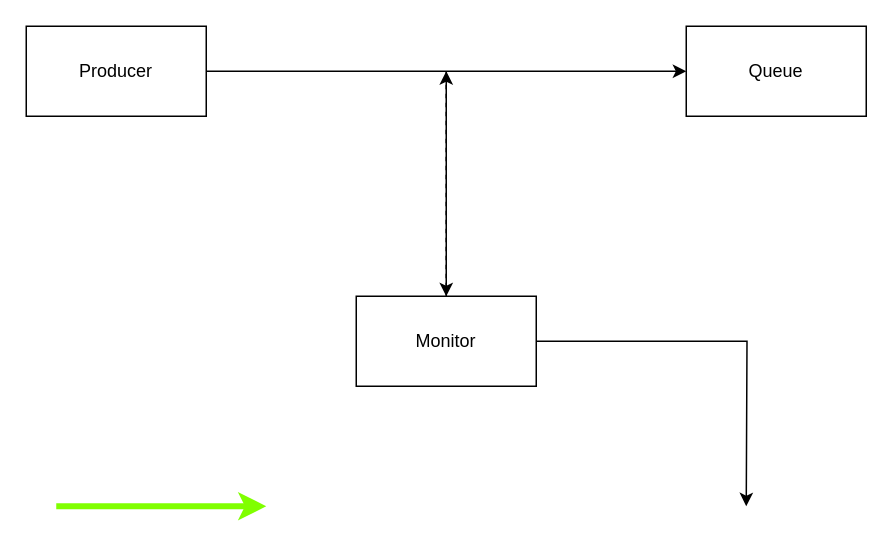
Earlier version of the draw.io diagram page "Edges on edges" (5 of 5) of apps/live/lib/drawio/__fixtures__/routes.drawio (livediagram-app/livediagram.app). Source tidied: cells renumbered, new cells numbered last; positions are measured from the earlier drawing's top-left corner, leaving out a move shared by most shapes. Both pictures are drawn from the tidied source at 150%, with x=0, y=0 at pixel (26, 26).
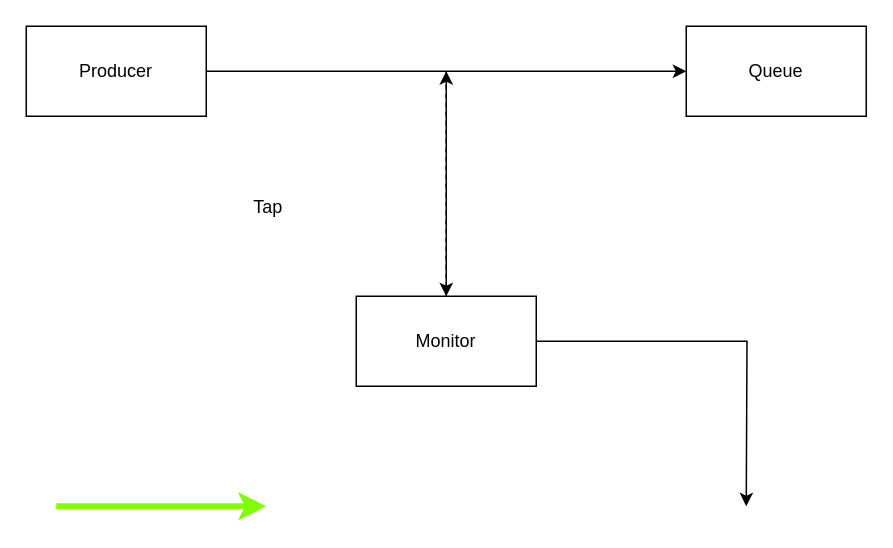
The same page after the edit.

Commit message (it also covers changes not shown here):
e2e: draw.io routes survive the import

routes.drawio through the Import dialog: imported arrows keep shared ends exact, draw over what they cross, curve as draw.io does, attach to other arrows and keep loose ends; text sized to itself comes in sized. The fixture gains such a text cell.

What changed in the source:
```diff
@@
 <mxGraphModel>
   <root>
     <mxCell id="0" />
     <mxCell id="1" parent="0" />
     <mxCell id="2" value="Producer" style="rounded=0;whiteSpace=wrap;html=1;" parent="1" vertex="1">
       <mxGeometry width="120" height="60" as="geometry" />
     </mxCell>
     <mxCell id="3" value="Queue" style="rounded=0;whiteSpace=wrap;html=1;" parent="1" vertex="1">
       <mxGeometry x="440" width="120" height="60" as="geometry" />
     </mxCell>
     <mxCell id="4" value="Monitor" style="rounded=0;whiteSpace=wrap;html=1;" parent="1" vertex="1">
       <mxGeometry x="220" y="180" width="120" height="60" as="geometry" />
     </mxCell>
     <mxCell id="5" style="edgeStyle=orthogonalEdgeStyle;rounded=0;jettySize=auto;html=1;" parent="1" edge="1" source="2" target="3">
       <mxGeometry relative="1" as="geometry" />
     </mxCell>
     <mxCell id="6" style="edgeStyle=orthogonalEdgeStyle;rounded=0;jettySize=auto;html=1;dashed=1;" parent="1" edge="1" source="4" target="5">
       <mxGeometry relative="1" as="geometry" />
     </mxCell>
     <mxCell id="7" style="html=1;" parent="1" edge="1" source="5" target="4">
       <mxGeometry relative="1" as="geometry" />
     </mxCell>
     <mxCell id="8" style="endArrow=classic;html=1;strokeWidth=4;strokeColor=#80FF00;" parent="1" edge="1">
       <mxGeometry relative="1" as="geometry">
         <mxPoint x="20" y="320" as="sourcePoint" />
         <mxPoint x="160" y="320" as="targetPoint" />
       </mxGeometry>
     </mxCell>
+    <mxCell id="10" value="Tap" style="text;html=1;align=center;verticalAlign=middle;" parent="1" vertex="1">
+      <mxGeometry x="160" y="120" as="geometry" />
+    </mxCell>
     <mxCell id="9" style="edgeStyle=orthogonalEdgeStyle;rounded=0;jettySize=auto;html=1;" parent="1" edge="1" source="4">
       <mxGeometry relative="1" as="geometry">
         <mxPoint x="480" y="320" as="targetPoint" />
       </mxGeometry>
     </mxCell>
   </root>
 </mxGraphModel>
```
